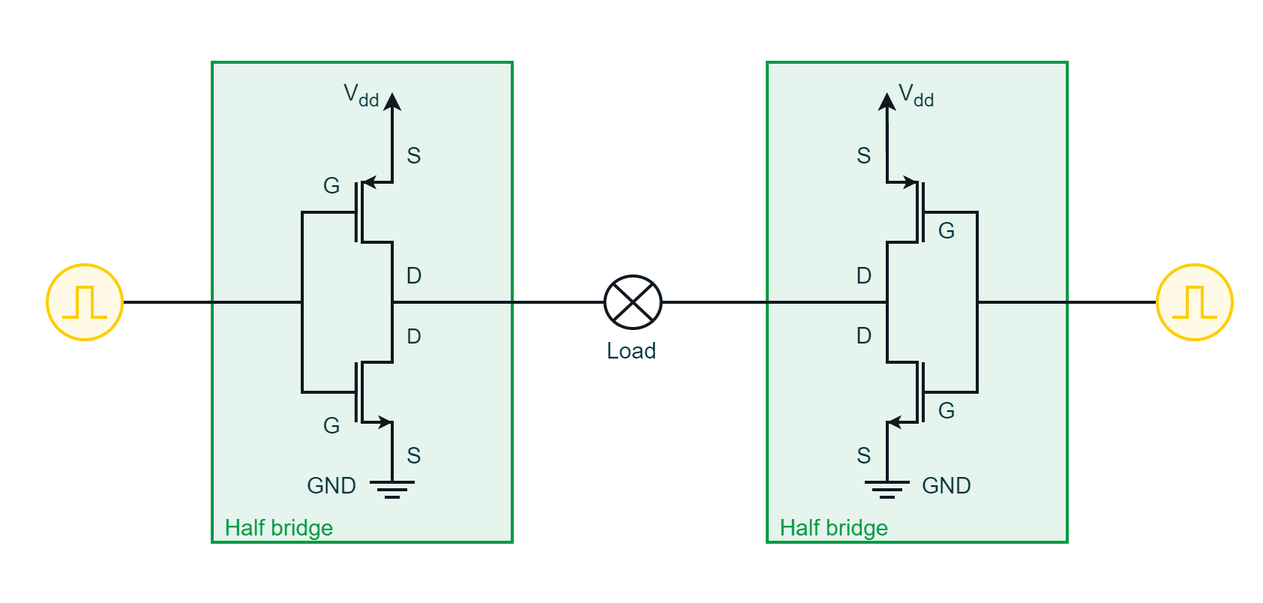
This is draw.io/PE Articles/General knowledge/Fundamentals/PWM 101 from Duty Cycle to Motor Control/Full bridge (PE).png from PLAY-Embedded/pe_assets, a draw.io export, as it was before one commit. Source tidied: cells renumbered, new cells last; positions are measured from the earlier drawing's top-left corner, leaving out a move shared by most shapes.
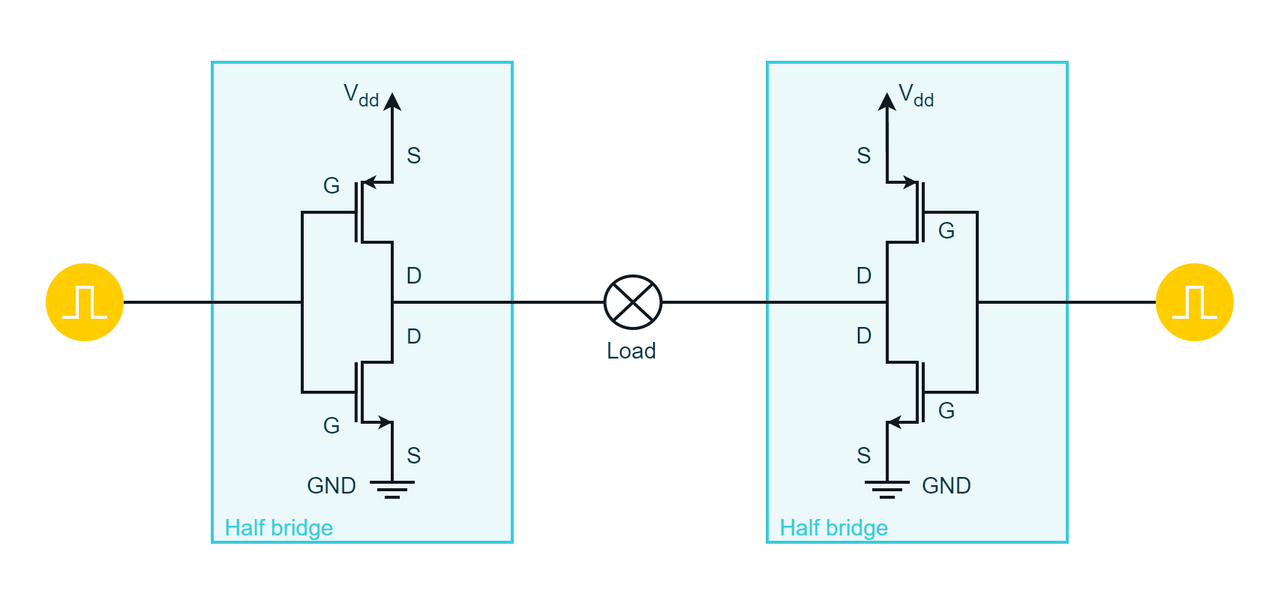
Above is the later version.

The edit, as a diff of the source:
```diff
@@ -5,10 +5,10 @@
     <mxCell id="2" style="rounded=0;whiteSpace=wrap;html=1;strokeColor=#00313C;strokeWidth=2;fontFamily=Arial;fontSize=20;fontColor=#FFFFFF;fillColor=#00313C;opacity=0;" parent="1" vertex="1">
       <mxGeometry width="840" height="400" as="geometry" />
     </mxCell>
-    <mxCell id="3" style="rounded=0;whiteSpace=wrap;html=1;strokeColor=#009A44;strokeWidth=2;fontFamily=Arial;fontSize=20;fontColor=#FFFFFF;fillColor=#E5F4EC;" parent="1" vertex="1">
+    <mxCell id="3" style="rounded=0;whiteSpace=wrap;html=1;strokeColor=#38CBDA;strokeWidth=2;fontFamily=Arial;fontSize=20;fontColor=#FFFFFF;fillColor=#EBF9FB;" parent="1" vertex="1">
       <mxGeometry x="510" y="40" width="200" height="320" as="geometry" />
     </mxCell>
-    <mxCell id="4" style="rounded=0;whiteSpace=wrap;html=1;strokeColor=#009A44;strokeWidth=2;fontFamily=Arial;fontSize=20;fontColor=#FFFFFF;fillColor=#E5F4EC;" parent="1" vertex="1">
+    <mxCell id="4" style="rounded=0;whiteSpace=wrap;html=1;strokeColor=#38CBDA;strokeWidth=2;fontFamily=Arial;fontSize=20;fontColor=#FFFFFF;fillColor=#EBF9FB;" parent="1" vertex="1">
       <mxGeometry x="140" y="40" width="200" height="320" as="geometry" />
     </mxCell>
     <mxCell id="5" value="&lt;font style=&quot;font-size: 15px;&quot; color=&quot;#00313c&quot;&gt;V&lt;sub&gt;dd&lt;/sub&gt;&lt;/font&gt;" style="rounded=0;whiteSpace=wrap;html=1;strokeColor=none;strokeWidth=2;fontFamily=Arial;fontSize=20;fontColor=#101820;fillColor=none;" parent="1" vertex="1">
@@ -159,10 +159,10 @@
         </Array>
       </mxGeometry>
     </mxCell>
-    <mxCell id="30" style="ellipse;whiteSpace=wrap;html=1;strokeColor=#FFCD00;strokeWidth=2;fontFamily=Arial;fontSize=20;fontColor=#FFCD00;fillColor=#FFFAE5;rounded=0;" parent="1" vertex="1">
+    <mxCell id="30" style="ellipse;whiteSpace=wrap;html=1;strokeColor=#FFCD00;strokeWidth=2;fontFamily=Arial;fontSize=20;fontColor=#FFFFFF;fillColor=#FFCD00;rounded=0;" parent="1" vertex="1">
       <mxGeometry x="30" y="175" width="50" height="50" as="geometry" />
     </mxCell>
-    <mxCell id="31" style="endArrow=none;html=1;rounded=0;strokeColor=#FFCD00;strokeWidth=2;fontFamily=Arial;fontSize=20;fontColor=#00313C;fillColor=#FFCD00;" parent="1" edge="1">
+    <mxCell id="31" style="endArrow=none;html=1;rounded=0;strokeColor=#FFFFFF;strokeWidth=2;fontFamily=Arial;fontSize=20;fontColor=#00313C;fillColor=#FFCD00;" parent="1" edge="1">
       <mxGeometry relative="1" as="geometry">
         <mxPoint x="40" y="210" as="sourcePoint" />
         <mxPoint x="70" y="210" as="targetPoint" />
@@ -183,7 +183,7 @@
     <mxCell id="34" style="verticalLabelPosition=bottom;shadow=0;dashed=0;align=center;html=1;verticalAlign=top;shape=mxgraph.electrical.miscellaneous.light_bulb;strokeColor=#101820;strokeWidth=2;fontFamily=Arial;fontSize=20;fontColor=#101820;fillColor=#FFFFFF;" parent="1" vertex="1">
       <mxGeometry x="398" y="182.5" width="45" height="35" as="geometry" />
     </mxCell>
-    <mxCell id="35" value="&lt;font color=&quot;#009a44&quot;&gt;&lt;span style=&quot;font-size: 15px;&quot;&gt;Half bridge&lt;/span&gt;&lt;/font&gt;" style="rounded=0;whiteSpace=wrap;html=1;strokeColor=none;strokeWidth=2;fillColor=none;fontFamily=Arial;fontSize=16;fontColor=#3D3F4F;align=center;" parent="1" vertex="1">
+    <mxCell id="35" value="&lt;span style=&quot;font-size: 15px;&quot;&gt;&lt;font color=&quot;#38cbda&quot;&gt;Half bridge&lt;/font&gt;&lt;/span&gt;" style="rounded=0;whiteSpace=wrap;html=1;strokeColor=none;strokeWidth=2;fillColor=none;fontFamily=Arial;fontSize=16;fontColor=#3D3F4F;align=center;" parent="1" vertex="1">
       <mxGeometry x="140" y="340" width="90" height="20" as="geometry" />
     </mxCell>
     <mxCell id="36" style="endArrow=none;html=1;rounded=0;strokeColor=#101820;strokeWidth=2;fontFamily=Arial;fontSize=20;fontColor=#FFFFFF;fillColor=#101820;" parent="1" edge="1">
@@ -317,7 +317,7 @@
         <mxPoint x="589.9" y="60" as="targetPoint" />
       </mxGeometry>
     </mxCell>
-    <mxCell id="55" value="&lt;font color=&quot;#009a44&quot;&gt;&lt;span style=&quot;font-size: 15px;&quot;&gt;Half bridge&lt;/span&gt;&lt;/font&gt;" style="rounded=0;whiteSpace=wrap;html=1;strokeColor=none;strokeWidth=2;fillColor=none;fontFamily=Arial;fontSize=16;fontColor=#3D3F4F;align=center;" parent="1" vertex="1">
+    <mxCell id="55" value="&lt;span style=&quot;font-size: 15px;&quot;&gt;&lt;font color=&quot;#38cbda&quot;&gt;Half bridge&lt;/font&gt;&lt;/span&gt;" style="rounded=0;whiteSpace=wrap;html=1;strokeColor=none;strokeWidth=2;fillColor=none;fontFamily=Arial;fontSize=16;fontColor=#3D3F4F;align=center;" parent="1" vertex="1">
       <mxGeometry x="510" y="340" width="90" height="20" as="geometry" />
     </mxCell>
     <mxCell id="56" style="endArrow=none;html=1;rounded=0;strokeColor=#101820;strokeWidth=2;fontFamily=Arial;fontSize=20;fontColor=#101820;fillColor=none;" parent="1" edge="1">
@@ -350,10 +350,10 @@
         <mxPoint x="590" y="200" as="targetPoint" />
       </mxGeometry>
     </mxCell>
-    <mxCell id="60" style="ellipse;whiteSpace=wrap;html=1;strokeColor=#FFCD00;strokeWidth=2;fontFamily=Arial;fontSize=20;fontColor=#FFCD00;fillColor=#FFFAE5;rounded=0;" parent="1" vertex="1">
+    <mxCell id="60" style="ellipse;whiteSpace=wrap;html=1;strokeColor=#FFCD00;strokeWidth=2;fontFamily=Arial;fontSize=20;fontColor=#FFFFFF;fillColor=#FFCD00;rounded=0;" parent="1" vertex="1">
       <mxGeometry x="770" y="175" width="50" height="50" as="geometry" />
     </mxCell>
-    <mxCell id="61" style="endArrow=none;html=1;rounded=0;strokeColor=#FFCD00;strokeWidth=2;fontFamily=Arial;fontSize=20;fontColor=#00313C;fillColor=#FFCD00;" parent="1" edge="1">
+    <mxCell id="61" style="endArrow=none;html=1;rounded=0;strokeColor=#FFFFFF;strokeWidth=2;fontFamily=Arial;fontSize=20;fontColor=#00313C;fillColor=#FFCD00;" parent="1" edge="1">
       <mxGeometry relative="1" as="geometry">
         <mxPoint x="780" y="210" as="sourcePoint" />
         <mxPoint x="810" y="210" as="targetPoint" />
```
